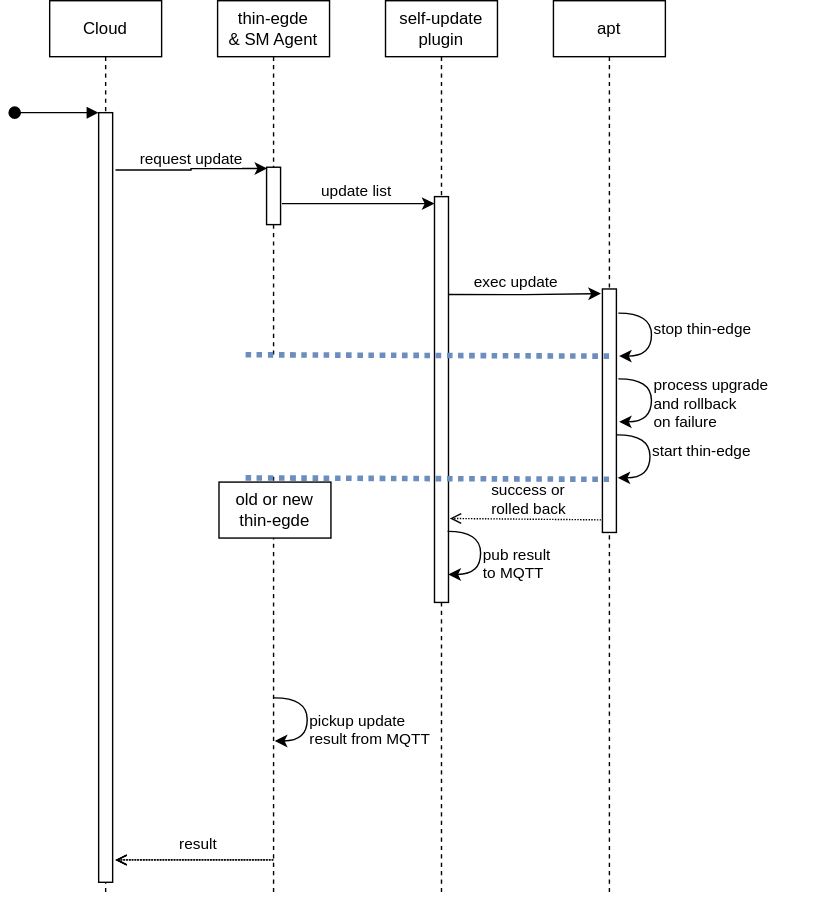
Before: src/software-management/images/self-update.drawio.svg, a diagram exported from draw.io (thin-edge/thin-edge.io-specs). Source tidied: cells renumbered, new cells last; positions are measured from the earlier drawing's top-left corner, leaving out a move shared by most shapes.
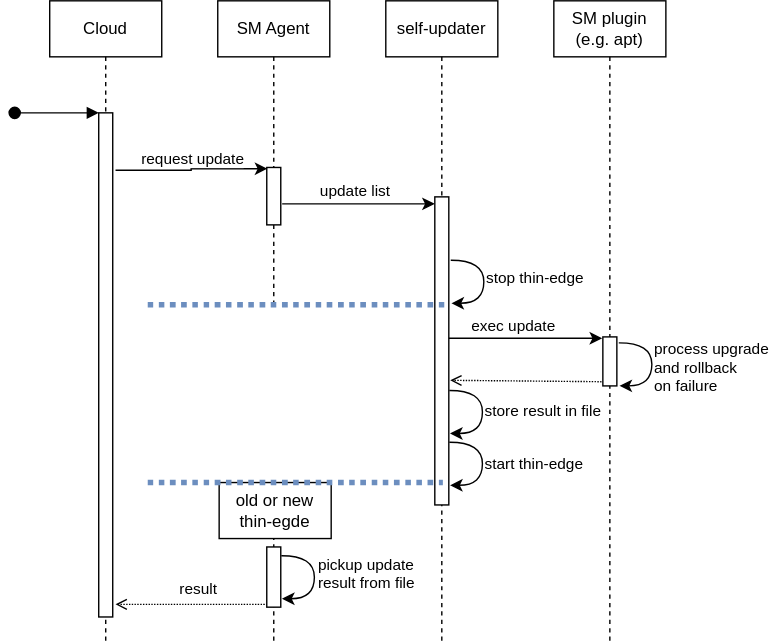
After the change.

Commit message:
updated self-update chart

The edit, as a diff of the source:
```diff
@@ -2,19 +2,34 @@
   <root>
     <mxCell id="0" />
     <mxCell id="1" parent="0" />
+    <mxCell id="29" style="endArrow=open;html=1;rounded=0;dashed=1;dashPattern=1 1;labelBackgroundColor=none;fontSize=11;strokeColor=#000000;strokeWidth=1;curved=1;endFill=0;verticalAlign=bottom;" parent="1" edge="1">
+      <mxGeometry relative="1" as="geometry">
+        <mxPoint x="184.5" y="431" as="sourcePoint" />
+        <mxPoint x="72" y="431" as="targetPoint" />
+      </mxGeometry>
+    </mxCell>
+    <mxCell id="17" value="exec update" style="edgeStyle=orthogonalEdgeStyle;rounded=0;orthogonalLoop=1;jettySize=auto;html=1;verticalAlign=bottom;" parent="1" edge="1">
+      <mxGeometry x="-0.11" relative="1" as="geometry">
+        <mxPoint x="305" y="241" as="sourcePoint" />
+        <mxPoint x="419.5" y="241" as="targetPoint" />
+        <Array as="points">
+          <mxPoint x="305" y="241" />
+        </Array>
+      </mxGeometry>
+    </mxCell>
     <mxCell id="2" value="Cloud" style="shape=umlLifeline;perimeter=lifelinePerimeter;whiteSpace=wrap;html=1;" parent="1" vertex="1">
-      <mxGeometry x="25" width="80" height="640" as="geometry" />
+      <mxGeometry x="25" width="80" height="458" as="geometry" />
     </mxCell>
     <mxCell id="3" style="html=1;points=[];perimeter=orthogonalPerimeter;" parent="2" vertex="1">
-      <mxGeometry x="35" y="80" width="10" height="550" as="geometry" />
+      <mxGeometry x="35" y="80" width="10" height="360" as="geometry" />
     </mxCell>
     <mxCell id="4" style="html=1;verticalAlign=bottom;startArrow=oval;endArrow=block;startSize=8;rounded=0;" parent="2" edge="1" target="3">
       <mxGeometry relative="1" as="geometry">
         <mxPoint x="-25" y="80" as="sourcePoint" />
       </mxGeometry>
     </mxCell>
-    <mxCell id="5" value="thin-egde&lt;br&gt;&amp;amp; SM Agent" style="shape=umlLifeline;perimeter=lifelinePerimeter;whiteSpace=wrap;html=1;outlineConnect=0;" parent="1" vertex="1">
-      <mxGeometry x="145" width="80" height="640" as="geometry" />
+    <mxCell id="5" value="SM Agent" style="shape=umlLifeline;perimeter=lifelinePerimeter;whiteSpace=wrap;html=1;outlineConnect=0;" parent="1" vertex="1">
+      <mxGeometry x="145" width="80" height="458" as="geometry" />
     </mxCell>
     <mxCell id="6" style="html=1;points=[];perimeter=orthogonalPerimeter;" parent="5" vertex="1">
       <mxGeometry x="35" y="119" width="10" height="41" as="geometry" />
@@ -29,33 +44,33 @@
       </mxGeometry>
     </mxCell>
     <mxCell id="8" style="rounded=0;whiteSpace=wrap;html=1;fontSize=11;strokeColor=none;" parent="5" vertex="1">
-      <mxGeometry x="20" y="253" width="50" height="87" as="geometry" />
+      <mxGeometry x="20" y="218" width="50" height="132" as="geometry" />
     </mxCell>
+    <mxCell id="35" style="html=1;perimeter=orthogonalPerimeter;" parent="5" vertex="1">
+      <mxGeometry x="35" y="390" width="10" height="43" as="geometry" />
+    </mxCell>
-    <mxCell id="9" value="self-update&lt;br&gt;plugin" style="shape=umlLifeline;perimeter=lifelinePerimeter;whiteSpace=wrap;html=1;" parent="1" vertex="1">
-      <mxGeometry x="265" width="80" height="640" as="geometry" />
+    <mxCell id="9" value="self-updater" style="shape=umlLifeline;perimeter=lifelinePerimeter;whiteSpace=wrap;html=1;" parent="1" vertex="1">
+      <mxGeometry x="265" width="80" height="458" as="geometry" />
     </mxCell>
     <mxCell id="10" style="html=1;perimeter=orthogonalPerimeter;" parent="9" vertex="1">
-      <mxGeometry x="35" y="140" width="10" height="290" as="geometry" />
+      <mxGeometry x="35" y="140" width="10" height="220" as="geometry" />
     </mxCell>
-    <mxCell id="11" value="apt" style="shape=umlLifeline;perimeter=lifelinePerimeter;whiteSpace=wrap;html=1;" parent="1" vertex="1">
-      <mxGeometry x="385" width="80" height="640" as="geometry" />
+    <mxCell id="11" value="SM plugin&lt;br&gt;(e.g. apt)" style="shape=umlLifeline;perimeter=lifelinePerimeter;whiteSpace=wrap;html=1;" parent="1" vertex="1">
+      <mxGeometry x="385" width="80" height="458" as="geometry" />
     </mxCell>
     <mxCell id="12" style="edgeStyle=orthogonalEdgeStyle;curved=1;rounded=0;orthogonalLoop=1;jettySize=auto;html=1;fontSize=11;endArrow=classic;endFill=1;strokeColor=#000000;exitX=1.138;exitY=0.735;exitDx=0;exitDy=0;exitPerimeter=0;entryX=1.186;entryY=0.902;entryDx=0;entryDy=0;entryPerimeter=0;labelBackgroundColor=none;" parent="11" edge="1">
       <mxGeometry x="0.09" y="60" relative="1" as="geometry">
-        <mxPoint x="46.4" y="270.2" as="sourcePoint" />
-        <mxPoint x="46.9" y="301" as="targetPoint" />
+        <mxPoint x="46.4" y="244.2" as="sourcePoint" />
+        <mxPoint x="46.9" y="275" as="targetPoint" />
         <Array as="points">
-          <mxPoint x="70" y="270" />
-          <mxPoint x="70" y="301" />
+          <mxPoint x="70" y="244" />
+          <mxPoint x="70" y="275" />
         </Array>
       </mxGeometry>
     </mxCell>
     <mxCell id="13" style="html=1;points=[];perimeter=orthogonalPerimeter;" parent="11" vertex="1">
-      <mxGeometry x="35" y="206" width="10" height="174" as="geometry" />
+      <mxGeometry x="35" y="240" width="10" height="35" as="geometry" />
     </mxCell>
-    <mxCell id="14" value="success or&lt;br&gt;rolled back" style="text;whiteSpace=wrap;html=1;fontSize=11;" parent="11" vertex="1">
-      <mxGeometry x="-46" y="337" width="60" height="30" as="geometry" />
-    </mxCell>
     <mxCell id="15" style="edgeStyle=orthogonalEdgeStyle;rounded=0;jettySize=auto;html=1;entryX=0.044;entryY=0.022;entryDx=0;entryDy=0;entryPerimeter=0;" parent="1" edge="1" target="6">
       <mxGeometry relative="1" as="geometry">
         <mxPoint x="72" y="121" as="sourcePoint" />
@@ -70,104 +85,84 @@
         <mxPoint x="16" y="-1" as="offset" />
       </mxGeometry>
     </mxCell>
-    <mxCell id="17" value="exec update" style="edgeStyle=orthogonalEdgeStyle;rounded=0;jettySize=auto;html=1;verticalAlign=bottom;entryX=-0.107;entryY=0.019;entryDx=0;entryDy=0;entryPerimeter=0;" parent="1" edge="1" target="13">
-      <mxGeometry x="-0.11" relative="1" as="geometry">
-        <mxPoint x="310" y="210" as="sourcePoint" />
-      </mxGeometry>
-    </mxCell>
     <mxCell id="18" value="process upgrade&lt;br&gt;and rollback &lt;br&gt;on failure" style="text;whiteSpace=wrap;html=1;fontSize=11;" parent="1" vertex="1">
-      <mxGeometry x="455" y="262" width="90" height="48" as="geometry" />
+      <mxGeometry x="455" y="236" width="90" height="48" as="geometry" />
     </mxCell>
     <mxCell id="19" style="edgeStyle=orthogonalEdgeStyle;curved=1;rounded=0;orthogonalLoop=1;jettySize=auto;html=1;fontSize=11;endArrow=classic;endFill=1;strokeColor=#000000;exitX=1.138;exitY=0.735;exitDx=0;exitDy=0;exitPerimeter=0;entryX=1.186;entryY=0.902;entryDx=0;entryDy=0;entryPerimeter=0;labelBackgroundColor=none;" parent="1" edge="1">
       <mxGeometry x="0.09" y="60" relative="1" as="geometry">
-        <mxPoint x="431.4" y="223.2" as="sourcePoint" />
-        <mxPoint x="431.9" y="254" as="targetPoint" />
+        <mxPoint x="311.4" y="185.2" as="sourcePoint" />
+        <mxPoint x="311.9" y="216" as="targetPoint" />
         <Array as="points">
-          <mxPoint x="455" y="223" />
-          <mxPoint x="455" y="254" />
+          <mxPoint x="335" y="185" />
+          <mxPoint x="335" y="216" />
         </Array>
       </mxGeometry>
     </mxCell>
     <mxCell id="20" value="stop thin-edge" style="text;whiteSpace=wrap;html=1;fontSize=11;" parent="1" vertex="1">
-      <mxGeometry x="455" y="222" width="130" height="40" as="geometry" />
+      <mxGeometry x="335" y="185" width="130" height="40" as="geometry" />
     </mxCell>
     <mxCell id="21" style="edgeStyle=orthogonalEdgeStyle;curved=1;rounded=0;orthogonalLoop=1;jettySize=auto;html=1;fontSize=11;endArrow=classic;endFill=1;strokeColor=#000000;exitX=1.138;exitY=0.735;exitDx=0;exitDy=0;exitPerimeter=0;entryX=1.186;entryY=0.902;entryDx=0;entryDy=0;entryPerimeter=0;labelBackgroundColor=none;" parent="1" edge="1">
       <mxGeometry x="0.09" y="60" relative="1" as="geometry">
-        <mxPoint x="430.4" y="310.2" as="sourcePoint" />
-        <mxPoint x="430.9" y="341" as="targetPoint" />
+        <mxPoint x="310.4" y="315.2" as="sourcePoint" />
+        <mxPoint x="310.9" y="346" as="targetPoint" />
         <Array as="points">
-          <mxPoint x="454" y="310" />
-          <mxPoint x="454" y="341" />
+          <mxPoint x="334" y="315" />
+          <mxPoint x="334" y="346" />
         </Array>
       </mxGeometry>
     </mxCell>
     <mxCell id="22" value="start thin-edge" style="text;whiteSpace=wrap;html=1;fontSize=11;" parent="1" vertex="1">
-      <mxGeometry x="454" y="309" width="130" height="40" as="geometry" />
+      <mxGeometry x="334" y="318" width="130" height="40" as="geometry" />
     </mxCell>
-    <mxCell id="23" style="endArrow=none;html=1;rounded=0;labelBackgroundColor=none;fontSize=11;strokeColor=#6c8ebf;curved=1;dashed=1;dashPattern=1 1;strokeWidth=4;fillColor=#dae8fc;gradientColor=#7ea6e0;exitX=0;exitY=0;exitDx=0;exitDy=0;" parent="1" edge="1" source="8">
+    <mxCell id="23" style="endArrow=none;html=1;rounded=0;labelBackgroundColor=none;fontSize=11;strokeColor=#6c8ebf;curved=1;dashed=1;dashPattern=1 1;strokeWidth=4;fillColor=#dae8fc;gradientColor=#7ea6e0;" parent="1" edge="1">
       <mxGeometry relative="1" as="geometry">
-        <mxPoint x="424.8" y="254" as="targetPoint" />
+        <mxPoint x="95" y="217" as="sourcePoint" />
+        <mxPoint x="306.8" y="217" as="targetPoint" />
       </mxGeometry>
     </mxCell>
     <mxCell id="24" style="endArrow=open;html=1;rounded=0;dashed=1;dashPattern=1 1;labelBackgroundColor=none;fontSize=11;strokeColor=#000000;strokeWidth=1;curved=1;endFill=0;verticalAlign=bottom;" parent="1" edge="1">
       <mxGeometry relative="1" as="geometry">
-        <mxPoint x="419" y="371" as="sourcePoint" />
-        <mxPoint x="311" y="370" as="targetPoint" />
+        <mxPoint x="419" y="272" as="sourcePoint" />
+        <mxPoint x="311" y="271" as="targetPoint" />
       </mxGeometry>
     </mxCell>
     <mxCell id="25" value="result" style="text;whiteSpace=wrap;html=1;fontSize=11;" parent="1" vertex="1">
-      <mxGeometry x="116" y="590" width="60" height="20" as="geometry" />
+      <mxGeometry x="116" y="407" width="60" height="20" as="geometry" />
     </mxCell>
-    <mxCell id="26" style="endArrow=open;html=1;rounded=0;dashed=1;dashPattern=1 1;labelBackgroundColor=none;fontSize=11;strokeColor=#000000;strokeWidth=1;curved=1;endFill=0;verticalAlign=bottom;" parent="1" edge="1" source="5">
-      <mxGeometry relative="1" as="geometry">
-        <mxPoint x="72" y="614" as="targetPoint" />
-      </mxGeometry>
-    </mxCell>
     <mxCell id="27" value="old or new thin-egde" style="shape=umlLifeline;perimeter=lifelinePerimeter;whiteSpace=wrap;html=1;" parent="1" vertex="1">
       <mxGeometry x="146" y="344" width="80" height="40" as="geometry" />
     </mxCell>
-    <mxCell id="28" style="endArrow=open;html=1;rounded=0;dashed=1;dashPattern=1 1;labelBackgroundColor=none;fontSize=11;strokeColor=#000000;strokeWidth=1;curved=1;endFill=0;verticalAlign=bottom;" parent="1" edge="1">
-      <mxGeometry relative="1" as="geometry">
-        <mxPoint x="185" y="614" as="sourcePoint" />
-        <mxPoint x="72" y="614" as="targetPoint" />
-      </mxGeometry>
-    </mxCell>
-    <mxCell id="29" style="endArrow=open;html=1;rounded=0;dashed=1;dashPattern=1 1;labelBackgroundColor=none;fontSize=11;strokeColor=#000000;strokeWidth=1;curved=1;endFill=0;verticalAlign=bottom;" parent="1" edge="1" source="5">
-      <mxGeometry relative="1" as="geometry">
-        <mxPoint x="72" y="614" as="targetPoint" />
-      </mxGeometry>
-    </mxCell>
-    <mxCell id="30" style="edgeStyle=orthogonalEdgeStyle;curved=1;rounded=0;orthogonalLoop=1;jettySize=auto;html=1;fontSize=11;endArrow=classic;endFill=1;strokeColor=#000000;exitX=1.138;exitY=0.735;exitDx=0;exitDy=0;exitPerimeter=0;entryX=1.186;entryY=0.902;entryDx=0;entryDy=0;entryPerimeter=0;labelBackgroundColor=none;" parent="1" edge="1">
-      <mxGeometry x="0.09" y="60" relative="1" as="geometry">
-        <mxPoint x="309.4" y="379.2" as="sourcePoint" />
-        <mxPoint x="309.9" y="410" as="targetPoint" />
-        <Array as="points">
-          <mxPoint x="333" y="379" />
-          <mxPoint x="333" y="410" />
-        </Array>
-      </mxGeometry>
-    </mxCell>
-    <mxCell id="31" value="pub result&lt;br&gt;to MQTT" style="text;whiteSpace=wrap;html=1;fontSize=11;" parent="1" vertex="1">
-      <mxGeometry x="333" y="383" width="130" height="40" as="geometry" />
-    </mxCell>
     <mxCell id="32" style="edgeStyle=orthogonalEdgeStyle;curved=1;rounded=0;orthogonalLoop=1;jettySize=auto;html=1;fontSize=11;endArrow=classic;endFill=1;strokeColor=#000000;exitX=1.138;exitY=0.735;exitDx=0;exitDy=0;exitPerimeter=0;entryX=1.186;entryY=0.902;entryDx=0;entryDy=0;entryPerimeter=0;labelBackgroundColor=none;" parent="1" edge="1">
       <mxGeometry x="0.09" y="60" relative="1" as="geometry">
-        <mxPoint x="185.4" y="498.2" as="sourcePoint" />
-        <mxPoint x="185.9" y="529" as="targetPoint" />
+        <mxPoint x="190.4" y="396.2" as="sourcePoint" />
+        <mxPoint x="190.9" y="427" as="targetPoint" />
         <Array as="points">
-          <mxPoint x="209" y="498" />
-          <mxPoint x="209" y="529" />
+          <mxPoint x="214" y="396" />
+          <mxPoint x="214" y="427" />
         </Array>
       </mxGeometry>
     </mxCell>
-    <mxCell id="33" value="pickup update &lt;br&gt;result from MQTT " style="text;whiteSpace=wrap;html=1;fontSize=11;" parent="1" vertex="1">
-      <mxGeometry x="209" y="502" width="130" height="40" as="geometry" />
+    <mxCell id="33" value="pickup update &lt;br&gt;result from file " style="text;whiteSpace=wrap;html=1;fontSize=11;" parent="1" vertex="1">
+      <mxGeometry x="215" y="390" width="130" height="40" as="geometry" />
     </mxCell>
-    <mxCell id="34" style="endArrow=none;html=1;rounded=0;labelBackgroundColor=none;fontSize=11;strokeColor=#6c8ebf;curved=1;dashed=1;dashPattern=1 1;strokeWidth=4;fillColor=#dae8fc;gradientColor=#7ea6e0;exitX=0;exitY=0;exitDx=0;exitDy=0;" parent="1" edge="1">
+    <mxCell id="34" style="endArrow=none;html=1;rounded=0;labelBackgroundColor=none;fontSize=11;strokeColor=#6c8ebf;curved=1;dashed=1;dashPattern=1 1;strokeWidth=4;fillColor=#dae8fc;gradientColor=#7ea6e0;" parent="1" edge="1">
       <mxGeometry relative="1" as="geometry">
-        <mxPoint x="165" y="341" as="sourcePoint" />
-        <mxPoint x="424.8" y="342" as="targetPoint" />
+        <mxPoint x="95" y="344" as="sourcePoint" />
+        <mxPoint x="305.8" y="344" as="targetPoint" />
       </mxGeometry>
     </mxCell>
+    <mxCell id="36" style="edgeStyle=orthogonalEdgeStyle;curved=1;rounded=0;orthogonalLoop=1;jettySize=auto;html=1;fontSize=11;endArrow=classic;endFill=1;strokeColor=#000000;exitX=1.138;exitY=0.735;exitDx=0;exitDy=0;exitPerimeter=0;entryX=1.186;entryY=0.902;entryDx=0;entryDy=0;entryPerimeter=0;labelBackgroundColor=none;" parent="1" edge="1">
+      <mxGeometry x="0.09" y="60" relative="1" as="geometry">
+        <mxPoint x="310.4" y="278.2" as="sourcePoint" />
+        <mxPoint x="310.9" y="309" as="targetPoint" />
+        <Array as="points">
+          <mxPoint x="334" y="278" />
+          <mxPoint x="334" y="309" />
+        </Array>
+      </mxGeometry>
+    </mxCell>
+    <mxCell id="37" value="store result in file" style="text;whiteSpace=wrap;html=1;fontSize=11;" parent="1" vertex="1">
+      <mxGeometry x="334" y="280" width="130" height="40" as="geometry" />
+    </mxCell>
   </root>
 </mxGraphModel>
```
